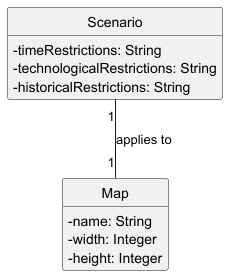
The PlantUML diagram docs/sprint1/us004/02.analysis/svg/us004-domain-model.png in ivasduarte/all-aboard, before a commit.
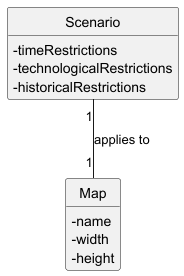
The same diagram one commit later.

Commit message:
Added client-relation questions & updated Domain Model of US04

Diff of the diagram source:
```diff
@@ -11,15 +11,15 @@
 
 
 class Scenario {
-  - timeRestrictions: String
-  - technologicalRestrictions: String
-  - historicalRestrictions: String
+  - timeRestrictions
+  - technologicalRestrictions
+  - historicalRestrictions
 }
 
 class Map {
-  - name: String
-  - width: Integer
-  - height: Integer
+  - name
+  - width
+  - height
 }
 
 Scenario "1" -- "1" Map : applies to
```
